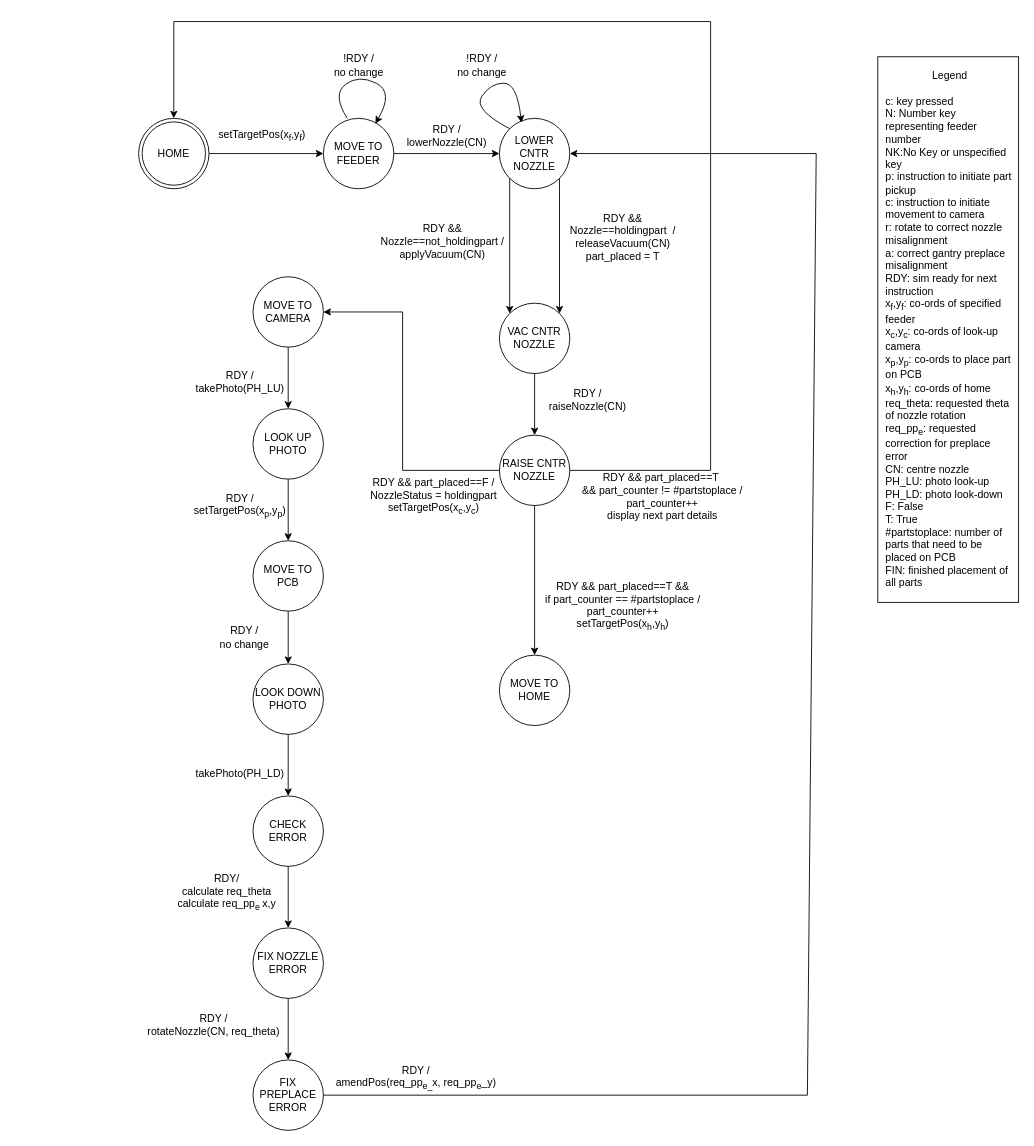
Earlier version of the draw.io diagram statediagrampartB.drawio (djinncat/ELE4307_assignment1_2024). Source tidied: cells renumbered, new cells numbered last; positions are measured from the earlier drawing's top-left corner, leaving out a move shared by most shapes. Both pictures are drawn from the tidied source at 88%, with x=0, y=0 at pixel (138, 21).
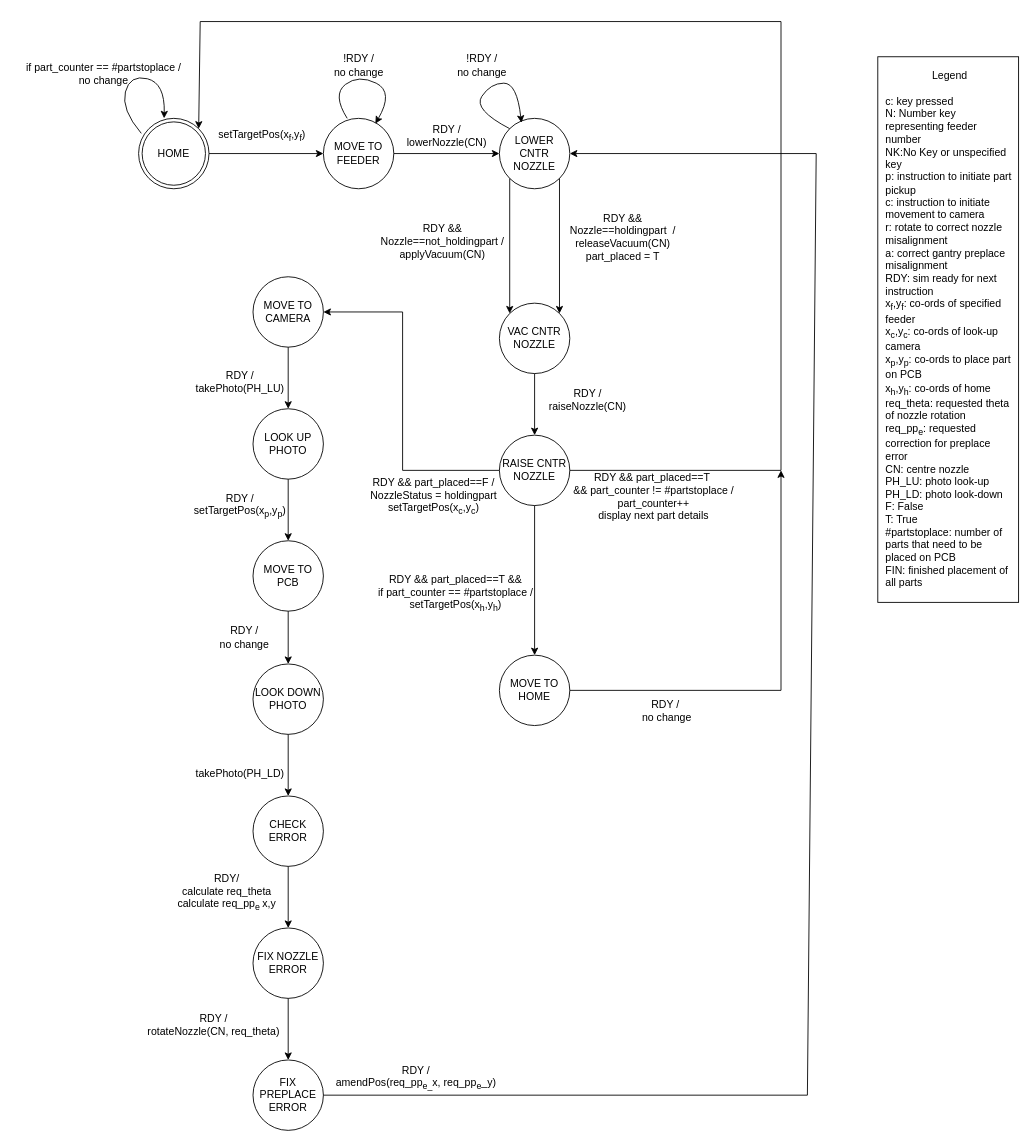
After the change.

Unchanged cells that the change refers to:
```xml
<mxCell id="2" value="HOME" style="ellipse;shape=doubleEllipse;whiteSpace=wrap;html=1;fillColor=none;" parent="1" vertex="1">
  <mxGeometry y="110" width="80" height="80" as="geometry" />
</mxCell>
<mxCell id="17" value="RAISE CNTR NOZZLE" style="ellipse;whiteSpace=wrap;html=1;fillColor=none;" parent="1" vertex="1">
  <mxGeometry x="410" y="470" width="80" height="80" as="geometry" />
</mxCell>
<mxCell id="41" value="MOVE TO HOME" style="ellipse;whiteSpace=wrap;html=1;fillColor=none;" parent="1" vertex="1">
  <mxGeometry x="410" y="720" width="80" height="80" as="geometry" />
</mxCell>
```

Diff of the diagram source:
```diff
@@
     <mxCell id="39" value="&lt;div&gt;RDY &amp;amp;&amp;amp; part_placed==T&amp;nbsp;&lt;/div&gt;&lt;div&gt;&amp;amp;&amp;amp; part_counter !=&amp;nbsp;#partstoplace /&lt;/div&gt;&lt;div&gt;part_counter++&lt;/div&gt;&lt;div&gt;display next part details&lt;br&gt;&lt;/div&gt;" style="text;html=1;align=center;verticalAlign=middle;strokeColor=none;fillColor=none;" parent="1" vertex="1">
-      <mxGeometry x="490" y="505" width="210" height="70" as="geometry" />
+      <mxGeometry x="480" y="505" width="210" height="70" as="geometry" />
     </mxCell>
-    <mxCell id="40" value="&lt;div&gt;RDY &amp;amp;&amp;amp; part_placed==T &amp;amp;&amp;amp; &lt;br&gt;&lt;/div&gt;&lt;div&gt;if part_counter ==&amp;nbsp;#partstoplace /&lt;/div&gt;&lt;div&gt;part_counter++&lt;/div&gt;&lt;div&gt;setTargetPos(x&lt;sub&gt;h&lt;/sub&gt;,y&lt;sub&gt;h&lt;/sub&gt;)&lt;/div&gt;" style="text;html=1;align=center;verticalAlign=middle;strokeColor=none;fillColor=none;" parent="1" vertex="1">
-      <mxGeometry x="450" y="630" width="200" height="70" as="geometry" />
+    <mxCell id="40" value="&lt;div&gt;RDY &amp;amp;&amp;amp; part_placed==T &amp;amp;&amp;amp; &lt;br&gt;&lt;/div&gt;&lt;div&gt;if part_counter ==&amp;nbsp;#partstoplace /&lt;/div&gt;&lt;div&gt;setTargetPos(x&lt;sub&gt;h&lt;/sub&gt;,y&lt;sub&gt;h&lt;/sub&gt;)&lt;/div&gt;" style="text;html=1;align=center;verticalAlign=middle;strokeColor=none;fillColor=none;" parent="1" vertex="1">
+      <mxGeometry x="260" y="620" width="200" height="60" as="geometry" />
     </mxCell>
@@
-    <mxCell id="48" style="endArrow=classic;html=1;rounded=0;exitX=1;exitY=0.5;exitDx=0;exitDy=0;entryX=0.5;entryY=0;entryDx=0;entryDy=0;" parent="1" edge="1" source="17" target="2">
+    <mxCell id="48" style="endArrow=classic;html=1;rounded=0;exitX=1;exitY=0.5;exitDx=0;exitDy=0;entryX=1;entryY=0;entryDx=0;entryDy=0;" parent="1" edge="1" source="17" target="2">
       <mxGeometry relative="1" as="geometry">
         <Array as="points">
-          <mxPoint x="650" y="510" />
-          <mxPoint x="650" />
-          <mxPoint x="40" />
+          <mxPoint x="730" y="510" />
+          <mxPoint x="730" />
+          <mxPoint x="70" />
         </Array>
       </mxGeometry>
     </mxCell>
@@
+    <mxCell id="50" style="endArrow=classic;html=1;rounded=0;exitX=1;exitY=0.5;exitDx=0;exitDy=0;" parent="1" edge="1" source="41">
+      <mxGeometry relative="1" as="geometry">
+        <mxPoint x="730" y="510" as="targetPoint" />
+        <Array as="points">
+          <mxPoint x="730" y="760" />
+        </Array>
+      </mxGeometry>
+    </mxCell>
+    <mxCell id="51" value="&lt;div&gt;RDY /&amp;nbsp;&lt;/div&gt;&lt;div&gt;no change&lt;/div&gt;" style="text;html=1;align=center;verticalAlign=middle;strokeColor=none;fillColor=none;" parent="1" vertex="1">
+      <mxGeometry x="560" y="763" width="80" height="40" as="geometry" />
+    </mxCell>
+    <mxCell id="52" style="curved=1;endArrow=classic;html=1;rounded=0;entryX=0.738;entryY=0.075;entryDx=0;entryDy=0;entryPerimeter=0;exitX=0.038;exitY=0.213;exitDx=0;exitDy=0;exitPerimeter=0;" parent="1" edge="1" source="2">
+      <mxGeometry relative="1" as="geometry">
+        <mxPoint x="29" y="110" as="targetPoint" />
+        <Array as="points">
+          <mxPoint x="-20" y="100" />
+          <mxPoint x="-10" y="60" />
+          <mxPoint x="30" y="70" />
+        </Array>
+      </mxGeometry>
+    </mxCell>
+    <mxCell id="53" value="&lt;div&gt;if part_counter ==&amp;nbsp;#partstoplace /&lt;/div&gt;&lt;div&gt;no change&lt;br&gt;&lt;/div&gt;" style="text;html=1;align=center;verticalAlign=middle;strokeColor=none;fillColor=none;" parent="1" vertex="1">
+      <mxGeometry x="-140" y="40" width="200" height="40" as="geometry" />
+    </mxCell>
```
